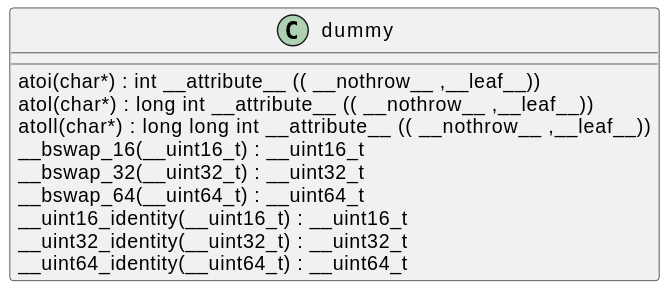
This is docs/qc/crypto/bsearch.c.svg from qualitesys/openssl, a PlantUML export, as it was before one commit.
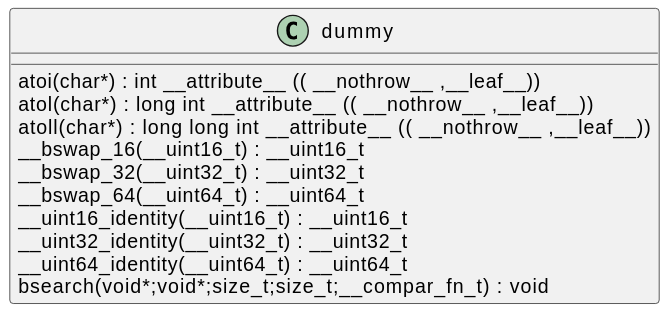
After the change.

What changed in the source:
```diff
@@ -10,5 +10,6 @@
 __uint16_identity(__uint16_t) : __uint16_t [[[./../.././qc/crypto/bsearch.c.html#532]]]
 __uint32_identity(__uint32_t) : __uint32_t [[[./../.././qc/crypto/bsearch.c.html#538]]]
 __uint64_identity(__uint64_t) : __uint64_t [[[./../.././qc/crypto/bsearch.c.html#544]]]
+bsearch(void*;void*;size_t;size_t;__compar_fn_t) :  void  [[[./../.././qc/crypto/bsearch.c.html#1212]]]
 }
 @enduml
```
